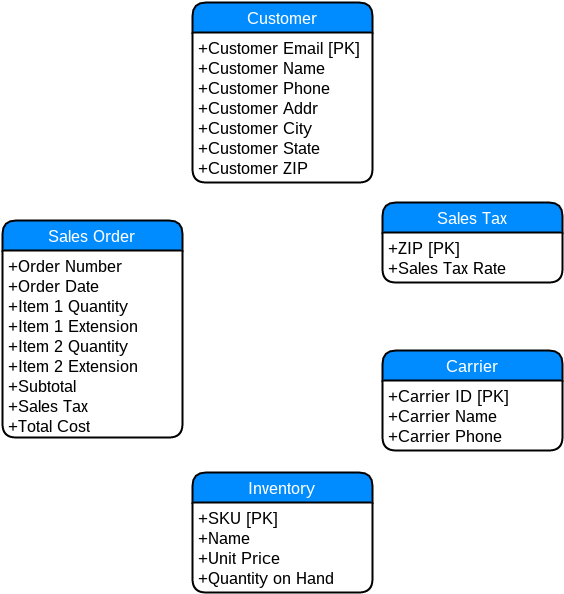
Above: images/normal-step4.png in accountingarchitecture/accountingarchitecture.github.io (draw.io), before the change. Source tidied: cells renumbered, new cells last; positions are measured from the earlier drawing's top-left corner, leaving out a move shared by most shapes. The source it was exported from:
```xml
<mxGraphModel background="#ffffff">
  <root>
    <mxCell id="0" />
    <mxCell id="1" parent="0" />
    <mxCell id="2" value="Sales Order" style="swimlane;html=1;horizontal=1;startSize=30;fillColor=#008cff;fontColor=#FFFFFF;rounded=1;fontSize=17;fontStyle=0;strokeWidth=2;shadow=0;dashed=0;align=center;" parent="1" vertex="1">
      <mxGeometry y="218" width="180" height="217" as="geometry" />
    </mxCell>
    <mxCell id="3" value="&lt;div&gt;&lt;span style=&quot;line-height: 1.2&quot;&gt;+Order Number&lt;/span&gt;&lt;br&gt;&lt;/div&gt;&lt;div&gt;+Order Date&lt;/div&gt;&lt;div&gt;+Item 1 Quantity&lt;/div&gt;&lt;div&gt;+Item 1 Extension&lt;/div&gt;&lt;div&gt;&lt;span style=&quot;line-height: 1.2&quot;&gt;+Item 2 Quantity&lt;/span&gt;&lt;br&gt;&lt;/div&gt;&lt;div&gt;+Item 2 Extension&lt;/div&gt;&lt;div&gt;+Subtotal&lt;/div&gt;&lt;div&gt;+Sales Tax&lt;/div&gt;&lt;div&gt;+Total Cost&lt;/div&gt;" style="whiteSpace=wrap;html=1;align=left;strokeColor=none;fillColor=none;spacingLeft=4;fontSize=17;verticalAlign=top;" parent="2" vertex="1">
      <mxGeometry y="30" width="180" height="187" as="geometry" />
    </mxCell>
    <mxCell id="4" value="Customer" style="swimlane;html=1;horizontal=1;startSize=30;fillColor=#008cff;fontColor=#FFFFFF;rounded=1;fontSize=17;fontStyle=0;strokeWidth=2;shadow=0;dashed=0;align=center;" parent="1" vertex="1">
      <mxGeometry x="190" width="180" height="180" as="geometry" />
    </mxCell>
    <mxCell id="5" value="&lt;div&gt;+Customer Email [PK]&lt;/div&gt;&lt;div&gt;+Customer Name&lt;/div&gt;&lt;div&gt;&lt;span&gt;+Customer Phone&lt;/span&gt;&lt;br&gt;&lt;/div&gt;&lt;div&gt;+Customer Addr&lt;/div&gt;&lt;div&gt;+Customer City&lt;/div&gt;&lt;div&gt;+Customer State&lt;/div&gt;&lt;div&gt;+Customer ZIP&lt;/div&gt;" style="whiteSpace=wrap;html=1;align=left;strokeColor=none;fillColor=none;spacingLeft=4;fontSize=17;verticalAlign=top;" parent="4" vertex="1">
      <mxGeometry y="30" width="180" height="150" as="geometry" />
    </mxCell>
    <mxCell id="6" value="Carrier" style="swimlane;html=1;horizontal=1;startSize=30;fillColor=#008cff;fontColor=#FFFFFF;rounded=1;fontSize=17;fontStyle=0;strokeWidth=2;shadow=0;dashed=0;align=center;" parent="1" vertex="1">
      <mxGeometry x="380" y="348" width="180" height="100" as="geometry" />
    </mxCell>
    <mxCell id="7" value="&lt;div&gt;&lt;span style=&quot;line-height: 1.2&quot;&gt;+Carrier ID [PK]&lt;/span&gt;&lt;br&gt;&lt;/div&gt;&lt;div&gt;+Carrier Name&lt;/div&gt;&lt;div&gt;+Carrier Phone&lt;/div&gt;&lt;div&gt;&lt;br&gt;&lt;/div&gt;" style="whiteSpace=wrap;html=1;align=left;strokeColor=none;fillColor=none;spacingLeft=4;fontSize=17;verticalAlign=top;" parent="6" vertex="1">
      <mxGeometry y="30" width="180" height="70" as="geometry" />
    </mxCell>
    <mxCell id="8" value="Inventory" style="swimlane;html=1;horizontal=1;startSize=30;fillColor=#008cff;fontColor=#FFFFFF;rounded=1;fontSize=17;fontStyle=0;strokeWidth=2;shadow=0;dashed=0;align=center;" parent="1" vertex="1">
      <mxGeometry x="190" y="470" width="180" height="120" as="geometry" />
    </mxCell>
    <mxCell id="9" value="&lt;div&gt;&lt;span style=&quot;line-height: 1.2&quot;&gt;+SKU [PK]&lt;/span&gt;&lt;br&gt;&lt;/div&gt;&lt;div&gt;+Name&lt;/div&gt;&lt;div&gt;+Unit Price&lt;/div&gt;&lt;div&gt;+Quantity on Hand&lt;/div&gt;" style="whiteSpace=wrap;html=1;align=left;strokeColor=none;fillColor=none;spacingLeft=4;fontSize=17;verticalAlign=top;" parent="8" vertex="1">
      <mxGeometry y="30" width="180" height="90" as="geometry" />
    </mxCell>
    <mxCell id="10" value="Sales Tax" style="swimlane;html=1;horizontal=1;startSize=30;fillColor=#008cff;fontColor=#FFFFFF;rounded=1;fontSize=17;fontStyle=0;strokeWidth=2;shadow=0;dashed=0;align=center;" parent="1" vertex="1">
      <mxGeometry x="380" y="200" width="180" height="80" as="geometry" />
    </mxCell>
    <mxCell id="11" value="&lt;div&gt;&lt;span style=&quot;line-height: 1.2&quot;&gt;+ZIP [PK]&lt;/span&gt;&lt;br&gt;&lt;/div&gt;&lt;div&gt;+Sales Tax Rate&lt;/div&gt;&lt;div&gt;&lt;br&gt;&lt;/div&gt;" style="whiteSpace=wrap;html=1;align=left;strokeColor=none;fillColor=none;spacingLeft=4;fontSize=17;verticalAlign=top;" parent="10" vertex="1">
      <mxGeometry y="30" width="180" height="50" as="geometry" />
    </mxCell>
  </root>
</mxGraphModel>
```
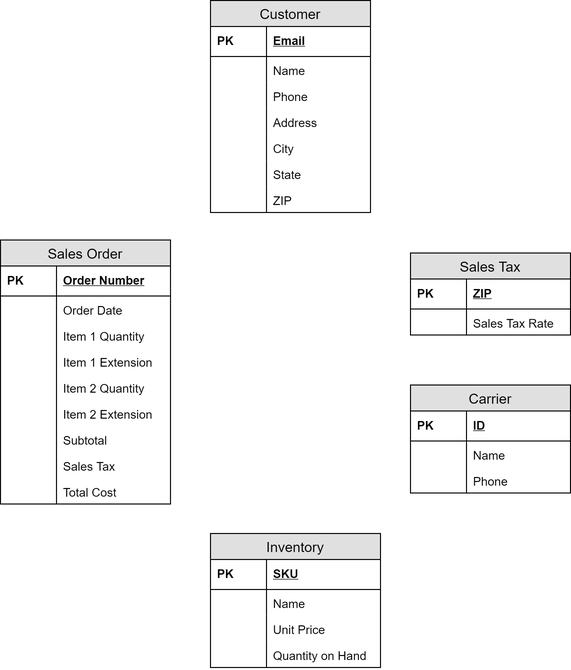
After the commit.

Change to the diagram source:
```diff
@@ -2,35 +2,170 @@
   <root>
     <mxCell id="0" />
     <mxCell id="1" parent="0" />
+    <mxCell id="12" value="Customer" style="swimlane;fontStyle=0;horizontal=1;startSize=26;fillColor=#e0e0e0;swimlaneFillColor=#ffffff;align=center;fontSize=14;" parent="1" vertex="1">
+      <mxGeometry x="180" y="95.5" width="160" height="212" as="geometry" />
+    </mxCell>
+    <mxCell id="13" value="Email" style="shape=partialRectangle;top=0;left=0;right=0;bottom=1;align=left;verticalAlign=middle;fillColor=none;spacingLeft=60;spacingRight=4;overflow=hidden;fontStyle=5;fontSize=12;" parent="12" vertex="1">
+      <mxGeometry y="26" width="160" height="30" as="geometry" />
+    </mxCell>
+    <mxCell id="14" value="PK" style="shape=partialRectangle;fontStyle=1;top=0;left=0;bottom=0;fillColor=none;align=left;verticalAlign=middle;spacingLeft=4;spacingRight=4;overflow=hidden;fontSize=12;" parent="13" vertex="1">
+      <mxGeometry width="56" height="30" as="geometry" />
+    </mxCell>
+    <mxCell id="15" value="Name" style="shape=partialRectangle;top=0;left=0;right=0;bottom=0;align=left;verticalAlign=top;fillColor=none;spacingLeft=60;spacingRight=4;overflow=hidden;fontSize=12;" parent="12" vertex="1">
+      <mxGeometry y="56" width="160" height="26" as="geometry" />
+    </mxCell>
-    <mxCell id="2" value="Sales Order" style="swimlane;html=1;horizontal=1;startSize=30;fillColor=#008cff;fontColor=#FFFFFF;rounded=1;fontSize=17;fontStyle=0;strokeWidth=2;shadow=0;dashed=0;align=center;" parent="1" vertex="1">
-      <mxGeometry y="218" width="180" height="217" as="geometry" />
+    <mxCell id="2" style="shape=partialRectangle;top=0;left=0;bottom=0;fillColor=none;align=left;verticalAlign=top;spacingLeft=4;spacingRight=4;overflow=hidden;fontSize=12;" parent="15" vertex="1">
+      <mxGeometry width="56" height="26" as="geometry" />
     </mxCell>
-    <mxCell id="3" value="&lt;div&gt;&lt;span style=&quot;line-height: 1.2&quot;&gt;+Order Number&lt;/span&gt;&lt;br&gt;&lt;/div&gt;&lt;div&gt;+Order Date&lt;/div&gt;&lt;div&gt;+Item 1 Quantity&lt;/div&gt;&lt;div&gt;+Item 1 Extension&lt;/div&gt;&lt;div&gt;&lt;span style=&quot;line-height: 1.2&quot;&gt;+Item 2 Quantity&lt;/span&gt;&lt;br&gt;&lt;/div&gt;&lt;div&gt;+Item 2 Extension&lt;/div&gt;&lt;div&gt;+Subtotal&lt;/div&gt;&lt;div&gt;+Sales Tax&lt;/div&gt;&lt;div&gt;+Total Cost&lt;/div&gt;" style="whiteSpace=wrap;html=1;align=left;strokeColor=none;fillColor=none;spacingLeft=4;fontSize=17;verticalAlign=top;" parent="2" vertex="1">
-      <mxGeometry y="30" width="180" height="187" as="geometry" />
+    <mxCell id="3" value="Phone" style="shape=partialRectangle;top=0;left=0;right=0;bottom=0;align=left;verticalAlign=top;fillColor=none;spacingLeft=60;spacingRight=4;overflow=hidden;fontSize=12;" parent="12" vertex="1">
+      <mxGeometry y="82" width="160" height="26" as="geometry" />
     </mxCell>
+    <mxCell id="16" style="shape=partialRectangle;top=0;left=0;bottom=0;fillColor=none;align=left;verticalAlign=top;spacingLeft=4;spacingRight=4;overflow=hidden;fontSize=12;" parent="3" vertex="1">
+      <mxGeometry width="56" height="26" as="geometry" />
+    </mxCell>
+    <mxCell id="17" value="Address" style="shape=partialRectangle;top=0;left=0;right=0;bottom=0;align=left;verticalAlign=top;fillColor=none;spacingLeft=60;spacingRight=4;overflow=hidden;fontSize=12;" parent="12" vertex="1">
+      <mxGeometry y="108" width="160" height="26" as="geometry" />
+    </mxCell>
+    <mxCell id="18" style="shape=partialRectangle;top=0;left=0;bottom=0;fillColor=none;align=left;verticalAlign=top;spacingLeft=4;spacingRight=4;overflow=hidden;fontSize=12;" parent="17" vertex="1">
+      <mxGeometry width="56" height="26" as="geometry" />
+    </mxCell>
+    <mxCell id="19" value="City" style="shape=partialRectangle;top=0;left=0;right=0;bottom=0;align=left;verticalAlign=top;fillColor=none;spacingLeft=60;spacingRight=4;overflow=hidden;fontSize=12;" parent="12" vertex="1">
+      <mxGeometry y="134" width="160" height="26" as="geometry" />
+    </mxCell>
+    <mxCell id="20" style="shape=partialRectangle;top=0;left=0;bottom=0;fillColor=none;align=left;verticalAlign=top;spacingLeft=4;spacingRight=4;overflow=hidden;fontSize=12;" parent="19" vertex="1">
+      <mxGeometry width="56" height="26" as="geometry" />
+    </mxCell>
+    <mxCell id="21" value="State" style="shape=partialRectangle;top=0;left=0;right=0;bottom=0;align=left;verticalAlign=top;fillColor=none;spacingLeft=60;spacingRight=4;overflow=hidden;fontSize=12;" parent="12" vertex="1">
+      <mxGeometry y="160" width="160" height="26" as="geometry" />
+    </mxCell>
+    <mxCell id="22" style="shape=partialRectangle;top=0;left=0;bottom=0;fillColor=none;align=left;verticalAlign=top;spacingLeft=4;spacingRight=4;overflow=hidden;fontSize=12;" parent="21" vertex="1">
+      <mxGeometry width="56" height="26" as="geometry" />
+    </mxCell>
+    <mxCell id="23" value="ZIP" style="shape=partialRectangle;top=0;left=0;right=0;bottom=0;align=left;verticalAlign=top;fillColor=none;spacingLeft=60;spacingRight=4;overflow=hidden;fontSize=12;" parent="12" vertex="1">
+      <mxGeometry y="186" width="160" height="26" as="geometry" />
+    </mxCell>
-    <mxCell id="4" value="Customer" style="swimlane;html=1;horizontal=1;startSize=30;fillColor=#008cff;fontColor=#FFFFFF;rounded=1;fontSize=17;fontStyle=0;strokeWidth=2;shadow=0;dashed=0;align=center;" parent="1" vertex="1">
-      <mxGeometry x="190" width="180" height="180" as="geometry" />
+    <mxCell id="4" style="shape=partialRectangle;top=0;left=0;bottom=0;fillColor=none;align=left;verticalAlign=top;spacingLeft=4;spacingRight=4;overflow=hidden;fontSize=12;" parent="23" vertex="1">
+      <mxGeometry width="56" height="26" as="geometry" />
     </mxCell>
-    <mxCell id="5" value="&lt;div&gt;+Customer Email [PK]&lt;/div&gt;&lt;div&gt;+Customer Name&lt;/div&gt;&lt;div&gt;&lt;span&gt;+Customer Phone&lt;/span&gt;&lt;br&gt;&lt;/div&gt;&lt;div&gt;+Customer Addr&lt;/div&gt;&lt;div&gt;+Customer City&lt;/div&gt;&lt;div&gt;+Customer State&lt;/div&gt;&lt;div&gt;+Customer ZIP&lt;/div&gt;" style="whiteSpace=wrap;html=1;align=left;strokeColor=none;fillColor=none;spacingLeft=4;fontSize=17;verticalAlign=top;" parent="4" vertex="1">
-      <mxGeometry y="30" width="180" height="150" as="geometry" />
+    <mxCell id="5" value="Carrier" style="swimlane;fontStyle=0;horizontal=1;startSize=26;fillColor=#e0e0e0;swimlaneFillColor=#ffffff;align=center;fontSize=14;" parent="1" vertex="1">
+      <mxGeometry x="380" y="480" width="160" height="108" as="geometry" />
     </mxCell>
+    <mxCell id="24" value="ID" style="shape=partialRectangle;top=0;left=0;right=0;bottom=1;align=left;verticalAlign=middle;fillColor=none;spacingLeft=60;spacingRight=4;overflow=hidden;fontStyle=5;fontSize=12;" parent="5" vertex="1">
+      <mxGeometry y="26" width="160" height="30" as="geometry" />
+    </mxCell>
+    <mxCell id="25" value="PK" style="shape=partialRectangle;fontStyle=1;top=0;left=0;bottom=0;fillColor=none;align=left;verticalAlign=middle;spacingLeft=4;spacingRight=4;overflow=hidden;fontSize=12;" parent="24" vertex="1">
+      <mxGeometry width="56" height="30" as="geometry" />
+    </mxCell>
+    <mxCell id="26" value="Name" style="shape=partialRectangle;top=0;left=0;right=0;bottom=0;align=left;verticalAlign=top;fillColor=none;spacingLeft=60;spacingRight=4;overflow=hidden;fontSize=12;" parent="5" vertex="1">
+      <mxGeometry y="56" width="160" height="26" as="geometry" />
+    </mxCell>
+    <mxCell id="27" style="shape=partialRectangle;top=0;left=0;bottom=0;fillColor=none;align=left;verticalAlign=top;spacingLeft=4;spacingRight=4;overflow=hidden;fontSize=12;" parent="26" vertex="1">
+      <mxGeometry width="56" height="26" as="geometry" />
+    </mxCell>
+    <mxCell id="28" value="Phone" style="shape=partialRectangle;top=0;left=0;right=0;bottom=0;align=left;verticalAlign=top;fillColor=none;spacingLeft=60;spacingRight=4;overflow=hidden;fontSize=12;" parent="5" vertex="1">
+      <mxGeometry y="82" width="160" height="26" as="geometry" />
+    </mxCell>
+    <mxCell id="29" style="shape=partialRectangle;top=0;left=0;bottom=0;fillColor=none;align=left;verticalAlign=top;spacingLeft=4;spacingRight=4;overflow=hidden;fontSize=12;" parent="28" vertex="1">
+      <mxGeometry width="56" height="26" as="geometry" />
+    </mxCell>
-    <mxCell id="6" value="Carrier" style="swimlane;html=1;horizontal=1;startSize=30;fillColor=#008cff;fontColor=#FFFFFF;rounded=1;fontSize=17;fontStyle=0;strokeWidth=2;shadow=0;dashed=0;align=center;" parent="1" vertex="1">
-      <mxGeometry x="380" y="348" width="180" height="100" as="geometry" />
+    <mxCell id="6" value="Sales Tax" style="swimlane;fontStyle=0;horizontal=1;startSize=26;fillColor=#e0e0e0;swimlaneFillColor=#ffffff;align=center;fontSize=14;" parent="1" vertex="1">
+      <mxGeometry x="380" y="348" width="160" height="82" as="geometry" />
     </mxCell>
-    <mxCell id="7" value="&lt;div&gt;&lt;span style=&quot;line-height: 1.2&quot;&gt;+Carrier ID [PK]&lt;/span&gt;&lt;br&gt;&lt;/div&gt;&lt;div&gt;+Carrier Name&lt;/div&gt;&lt;div&gt;+Carrier Phone&lt;/div&gt;&lt;div&gt;&lt;br&gt;&lt;/div&gt;" style="whiteSpace=wrap;html=1;align=left;strokeColor=none;fillColor=none;spacingLeft=4;fontSize=17;verticalAlign=top;" parent="6" vertex="1">
-      <mxGeometry y="30" width="180" height="70" as="geometry" />
+    <mxCell id="7" value="ZIP" style="shape=partialRectangle;top=0;left=0;right=0;bottom=1;align=left;verticalAlign=middle;fillColor=none;spacingLeft=60;spacingRight=4;overflow=hidden;fontStyle=5;fontSize=12;" parent="6" vertex="1">
+      <mxGeometry y="26" width="160" height="30" as="geometry" />
     </mxCell>
-    <mxCell id="8" value="Inventory" style="swimlane;html=1;horizontal=1;startSize=30;fillColor=#008cff;fontColor=#FFFFFF;rounded=1;fontSize=17;fontStyle=0;strokeWidth=2;shadow=0;dashed=0;align=center;" parent="1" vertex="1">
-      <mxGeometry x="190" y="470" width="180" height="120" as="geometry" />
+    <mxCell id="8" value="PK" style="shape=partialRectangle;fontStyle=1;top=0;left=0;bottom=0;fillColor=none;align=left;verticalAlign=middle;spacingLeft=4;spacingRight=4;overflow=hidden;fontSize=12;" parent="7" vertex="1">
+      <mxGeometry width="56" height="30" as="geometry" />
     </mxCell>
-    <mxCell id="9" value="&lt;div&gt;&lt;span style=&quot;line-height: 1.2&quot;&gt;+SKU [PK]&lt;/span&gt;&lt;br&gt;&lt;/div&gt;&lt;div&gt;+Name&lt;/div&gt;&lt;div&gt;+Unit Price&lt;/div&gt;&lt;div&gt;+Quantity on Hand&lt;/div&gt;" style="whiteSpace=wrap;html=1;align=left;strokeColor=none;fillColor=none;spacingLeft=4;fontSize=17;verticalAlign=top;" parent="8" vertex="1">
-      <mxGeometry y="30" width="180" height="90" as="geometry" />
+    <mxCell id="9" value="Sales Tax Rate" style="shape=partialRectangle;top=0;left=0;right=0;bottom=0;align=left;verticalAlign=top;fillColor=none;spacingLeft=60;spacingRight=4;overflow=hidden;fontSize=12;" parent="6" vertex="1">
+      <mxGeometry y="56" width="160" height="26" as="geometry" />
     </mxCell>
+    <mxCell id="30" style="shape=partialRectangle;top=0;left=0;bottom=0;fillColor=none;align=left;verticalAlign=top;spacingLeft=4;spacingRight=4;overflow=hidden;fontSize=12;" parent="9" vertex="1">
+      <mxGeometry width="56" height="26" as="geometry" />
+    </mxCell>
+    <mxCell id="31" value="Inventory" style="swimlane;fontStyle=0;horizontal=1;startSize=26;fillColor=#e0e0e0;swimlaneFillColor=#ffffff;align=center;fontSize=14;" parent="1" vertex="1">
+      <mxGeometry x="180" y="628.5" width="170" height="134" as="geometry" />
+    </mxCell>
+    <mxCell id="32" value="SKU" style="shape=partialRectangle;top=0;left=0;right=0;bottom=1;align=left;verticalAlign=middle;fillColor=none;spacingLeft=60;spacingRight=4;overflow=hidden;fontStyle=5;fontSize=12;" parent="31" vertex="1">
+      <mxGeometry y="26" width="170" height="30" as="geometry" />
+    </mxCell>
+    <mxCell id="33" value="PK" style="shape=partialRectangle;fontStyle=1;top=0;left=0;bottom=0;fillColor=none;align=left;verticalAlign=middle;spacingLeft=4;spacingRight=4;overflow=hidden;fontSize=12;" parent="32" vertex="1">
+      <mxGeometry width="56" height="30" as="geometry" />
+    </mxCell>
-    <mxCell id="10" value="Sales Tax" style="swimlane;html=1;horizontal=1;startSize=30;fillColor=#008cff;fontColor=#FFFFFF;rounded=1;fontSize=17;fontStyle=0;strokeWidth=2;shadow=0;dashed=0;align=center;" parent="1" vertex="1">
-      <mxGeometry x="380" y="200" width="180" height="80" as="geometry" />
+    <mxCell id="10" value="Name" style="shape=partialRectangle;top=0;left=0;right=0;bottom=0;align=left;verticalAlign=top;fillColor=none;spacingLeft=60;spacingRight=4;overflow=hidden;fontSize=12;" parent="31" vertex="1">
+      <mxGeometry y="56" width="170" height="26" as="geometry" />
     </mxCell>
-    <mxCell id="11" value="&lt;div&gt;&lt;span style=&quot;line-height: 1.2&quot;&gt;+ZIP [PK]&lt;/span&gt;&lt;br&gt;&lt;/div&gt;&lt;div&gt;+Sales Tax Rate&lt;/div&gt;&lt;div&gt;&lt;br&gt;&lt;/div&gt;" style="whiteSpace=wrap;html=1;align=left;strokeColor=none;fillColor=none;spacingLeft=4;fontSize=17;verticalAlign=top;" parent="10" vertex="1">
-      <mxGeometry y="30" width="180" height="50" as="geometry" />
+    <mxCell id="11" style="shape=partialRectangle;top=0;left=0;bottom=0;fillColor=none;align=left;verticalAlign=top;spacingLeft=4;spacingRight=4;overflow=hidden;fontSize=12;" parent="10" vertex="1">
+      <mxGeometry width="56" height="26" as="geometry" />
     </mxCell>
+    <mxCell id="34" value="Unit Price" style="shape=partialRectangle;top=0;left=0;right=0;bottom=0;align=left;verticalAlign=top;fillColor=none;spacingLeft=60;spacingRight=4;overflow=hidden;fontSize=12;" parent="31" vertex="1">
+      <mxGeometry y="82" width="170" height="26" as="geometry" />
+    </mxCell>
+    <mxCell id="35" style="shape=partialRectangle;top=0;left=0;bottom=0;fillColor=none;align=left;verticalAlign=top;spacingLeft=4;spacingRight=4;overflow=hidden;fontSize=12;" parent="34" vertex="1">
+      <mxGeometry width="56" height="26" as="geometry" />
+    </mxCell>
+    <mxCell id="36" value="Quantity on Hand" style="shape=partialRectangle;top=0;left=0;right=0;bottom=0;align=left;verticalAlign=top;fillColor=none;spacingLeft=60;spacingRight=4;overflow=hidden;fontSize=12;" parent="31" vertex="1">
+      <mxGeometry y="108" width="170" height="26" as="geometry" />
+    </mxCell>
+    <mxCell id="37" style="shape=partialRectangle;top=0;left=0;bottom=0;fillColor=none;align=left;verticalAlign=top;spacingLeft=4;spacingRight=4;overflow=hidden;fontSize=12;" parent="36" vertex="1">
+      <mxGeometry width="56" height="26" as="geometry" />
+    </mxCell>
+    <mxCell id="38" value="Sales Order" style="swimlane;fontStyle=0;horizontal=1;startSize=26;fillColor=#e0e0e0;swimlaneFillColor=#ffffff;align=center;fontSize=14;" parent="1" vertex="1">
+      <mxGeometry x="-30" y="335" width="170" height="264" as="geometry" />
+    </mxCell>
+    <mxCell id="39" value="Order Number" style="shape=partialRectangle;top=0;left=0;right=0;bottom=1;align=left;verticalAlign=middle;fillColor=none;spacingLeft=60;spacingRight=4;overflow=hidden;fontStyle=5;fontSize=12;" parent="38" vertex="1">
+      <mxGeometry y="26" width="170" height="30" as="geometry" />
+    </mxCell>
+    <mxCell id="40" value="PK" style="shape=partialRectangle;fontStyle=1;top=0;left=0;bottom=0;fillColor=none;align=left;verticalAlign=middle;spacingLeft=4;spacingRight=4;overflow=hidden;fontSize=12;" parent="39" vertex="1">
+      <mxGeometry width="56" height="30" as="geometry" />
+    </mxCell>
+    <mxCell id="41" value="Order Date" style="shape=partialRectangle;top=0;left=0;right=0;bottom=0;align=left;verticalAlign=top;fillColor=none;spacingLeft=60;spacingRight=4;overflow=hidden;fontSize=12;" parent="38" vertex="1">
+      <mxGeometry y="56" width="170" height="26" as="geometry" />
+    </mxCell>
+    <mxCell id="42" style="shape=partialRectangle;top=0;left=0;bottom=0;fillColor=none;align=left;verticalAlign=top;spacingLeft=4;spacingRight=4;overflow=hidden;fontSize=12;" parent="41" vertex="1">
+      <mxGeometry width="56" height="26" as="geometry" />
+    </mxCell>
+    <mxCell id="43" value="Item 1 Quantity" style="shape=partialRectangle;top=0;left=0;right=0;bottom=0;align=left;verticalAlign=top;fillColor=none;spacingLeft=60;spacingRight=4;overflow=hidden;fontSize=12;" parent="38" vertex="1">
+      <mxGeometry y="82" width="170" height="26" as="geometry" />
+    </mxCell>
+    <mxCell id="44" style="shape=partialRectangle;top=0;left=0;bottom=0;fillColor=none;align=left;verticalAlign=top;spacingLeft=4;spacingRight=4;overflow=hidden;fontSize=12;" parent="43" vertex="1">
+      <mxGeometry width="56" height="26" as="geometry" />
+    </mxCell>
+    <mxCell id="45" value="Item 1 Extension" style="shape=partialRectangle;top=0;left=0;right=0;bottom=0;align=left;verticalAlign=top;fillColor=none;spacingLeft=60;spacingRight=4;overflow=hidden;fontSize=12;" parent="38" vertex="1">
+      <mxGeometry y="108" width="170" height="26" as="geometry" />
+    </mxCell>
+    <mxCell id="46" style="shape=partialRectangle;top=0;left=0;bottom=0;fillColor=none;align=left;verticalAlign=top;spacingLeft=4;spacingRight=4;overflow=hidden;fontSize=12;" parent="45" vertex="1">
+      <mxGeometry width="56" height="26" as="geometry" />
+    </mxCell>
+    <mxCell id="47" value="Item 2 Quantity" style="shape=partialRectangle;top=0;left=0;right=0;bottom=0;align=left;verticalAlign=top;fillColor=none;spacingLeft=60;spacingRight=4;overflow=hidden;fontSize=12;" parent="38" vertex="1">
+      <mxGeometry y="134" width="170" height="26" as="geometry" />
+    </mxCell>
+    <mxCell id="48" style="shape=partialRectangle;top=0;left=0;bottom=0;fillColor=none;align=left;verticalAlign=top;spacingLeft=4;spacingRight=4;overflow=hidden;fontSize=12;" parent="47" vertex="1">
+      <mxGeometry width="56" height="26" as="geometry" />
+    </mxCell>
+    <mxCell id="49" value="Item 2 Extension" style="shape=partialRectangle;top=0;left=0;right=0;bottom=0;align=left;verticalAlign=top;fillColor=none;spacingLeft=60;spacingRight=4;overflow=hidden;fontSize=12;" parent="38" vertex="1">
+      <mxGeometry y="160" width="170" height="26" as="geometry" />
+    </mxCell>
+    <mxCell id="50" style="shape=partialRectangle;top=0;left=0;bottom=0;fillColor=none;align=left;verticalAlign=top;spacingLeft=4;spacingRight=4;overflow=hidden;fontSize=12;" parent="49" vertex="1">
+      <mxGeometry width="56" height="26" as="geometry" />
+    </mxCell>
+    <mxCell id="51" value="Subtotal" style="shape=partialRectangle;top=0;left=0;right=0;bottom=0;align=left;verticalAlign=top;fillColor=none;spacingLeft=60;spacingRight=4;overflow=hidden;fontSize=12;" parent="38" vertex="1">
+      <mxGeometry y="186" width="170" height="26" as="geometry" />
+    </mxCell>
+    <mxCell id="52" style="shape=partialRectangle;top=0;left=0;bottom=0;fillColor=none;align=left;verticalAlign=top;spacingLeft=4;spacingRight=4;overflow=hidden;fontSize=12;" parent="51" vertex="1">
+      <mxGeometry width="56" height="26" as="geometry" />
+    </mxCell>
+    <mxCell id="53" value="Sales Tax" style="shape=partialRectangle;top=0;left=0;right=0;bottom=0;align=left;verticalAlign=top;fillColor=none;spacingLeft=60;spacingRight=4;overflow=hidden;fontSize=12;" parent="38" vertex="1">
+      <mxGeometry y="212" width="170" height="26" as="geometry" />
+    </mxCell>
+    <mxCell id="54" style="shape=partialRectangle;top=0;left=0;bottom=0;fillColor=none;align=left;verticalAlign=top;spacingLeft=4;spacingRight=4;overflow=hidden;fontSize=12;" parent="53" vertex="1">
+      <mxGeometry width="56" height="26" as="geometry" />
+    </mxCell>
+    <mxCell id="55" value="Total Cost" style="shape=partialRectangle;top=0;left=0;right=0;bottom=0;align=left;verticalAlign=top;fillColor=none;spacingLeft=60;spacingRight=4;overflow=hidden;fontSize=12;" parent="38" vertex="1">
+      <mxGeometry y="238" width="170" height="26" as="geometry" />
+    </mxCell>
+    <mxCell id="56" style="shape=partialRectangle;top=0;left=0;bottom=0;fillColor=none;align=left;verticalAlign=top;spacingLeft=4;spacingRight=4;overflow=hidden;fontSize=12;" parent="55" vertex="1">
+      <mxGeometry width="56" height="26" as="geometry" />
+    </mxCell>
   </root>
 </mxGraphModel>
```
